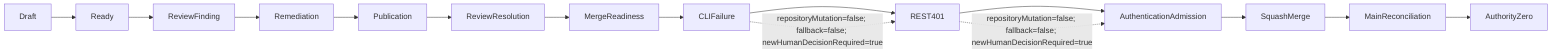
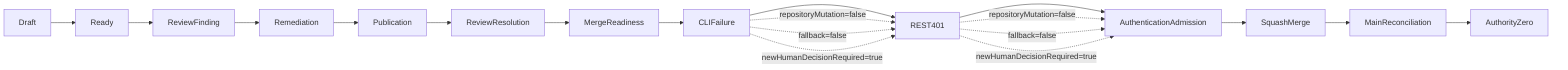
flowchart LR
    Draft --> Ready
    Ready --> ReviewFinding
    ReviewFinding --> Remediation
    Remediation --> Publication
    Publication --> ReviewResolution
    ReviewResolution --> MergeReadiness
    MergeReadiness --> CLIFailure
    CLIFailure --> REST401
    REST401 --> AuthenticationAdmission
    AuthenticationAdmission --> SquashMerge
    SquashMerge --> MainReconciliation
    MainReconciliation --> AuthorityZero
-     CLIFailure -. repositoryMutation=false; fallback=false; newHumanDecisionRequired=true .-> REST401
-     REST401 -. repositoryMutation=false; fallback=false; newHumanDecisionRequired=true .-> AuthenticationAdmission
+     CLIFailure -. repositoryMutation=false .-> REST401
+     CLIFailure -. fallback=false .-> REST401
+     CLIFailure -. newHumanDecisionRequired=true .-> REST401
+     REST401 -. repositoryMutation=false .-> AuthenticationAdmission
+     REST401 -. fallback=false .-> AuthenticationAdmission
+     REST401 -. newHumanDecisionRequired=true .-> AuthenticationAdmission

